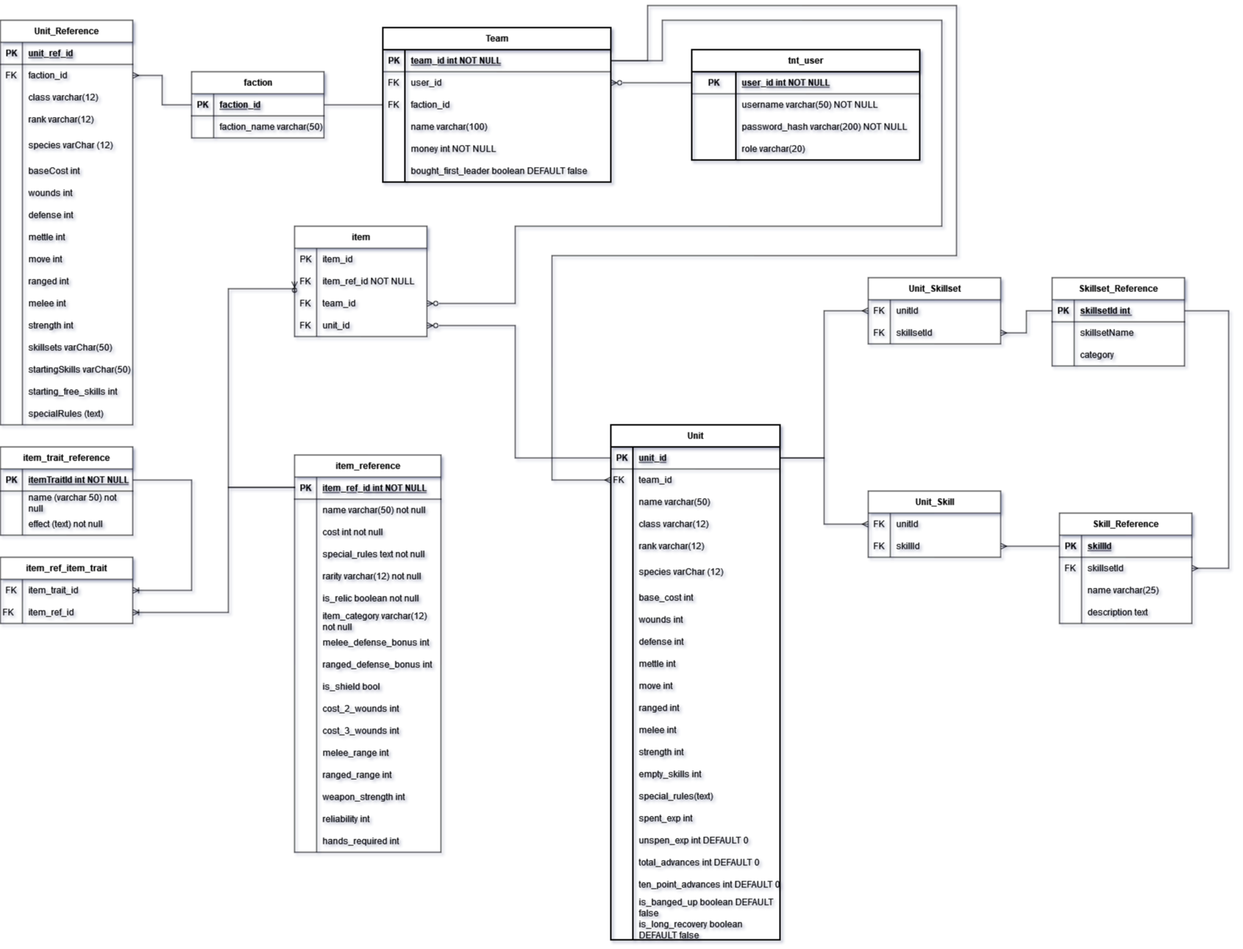
Earlier version of the draw.io export Database/databaseERD.png (kmeadows3/TnT-Team-Builder). Source tidied: cells renumbered, new cells last; positions are measured from the earlier drawing's top-left corner, leaving out a move shared by most shapes.
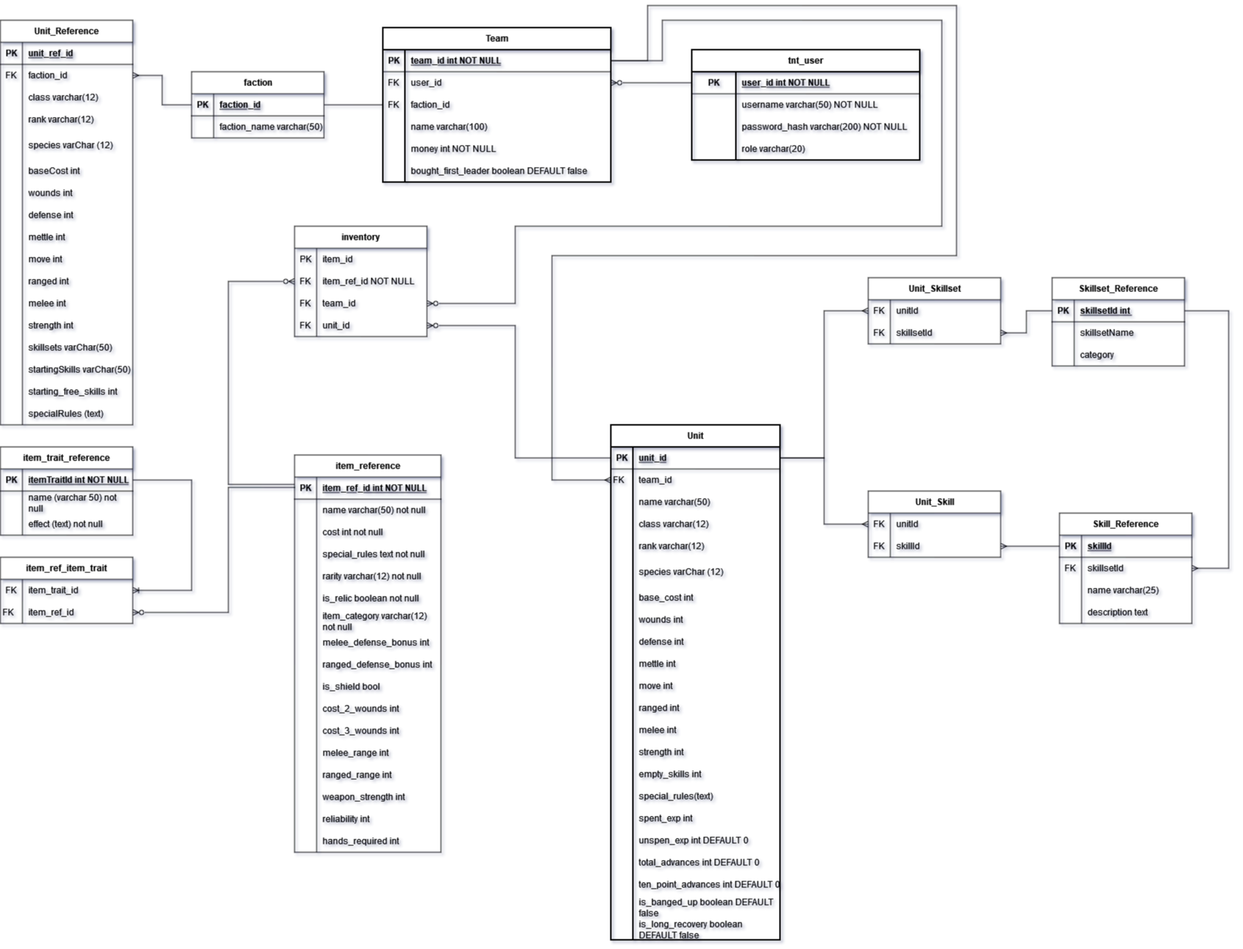
After the commit.

What changed in the source:
```diff
@@ -313,7 +313,7 @@
         </Array>
       </mxGeometry>
     </mxCell>
-    <mxCell id="104" style="edgeStyle=orthogonalEdgeStyle;rounded=0;jettySize=auto;html=1;exitX=0;exitY=0.5;exitDx=0;exitDy=0;entryX=1;entryY=0.5;entryDx=0;entryDy=0;endArrow=ERoneToMany;endFill=0;" parent="1" edge="1" source="35" target="100">
+    <mxCell id="104" style="edgeStyle=orthogonalEdgeStyle;rounded=0;jettySize=auto;html=1;exitX=0;exitY=0.5;exitDx=0;exitDy=0;entryX=1;entryY=0.5;entryDx=0;entryDy=0;endArrow=ERzeroToMany;endFill=0;" parent="1" edge="1" source="35" target="100">
       <mxGeometry relative="1" as="geometry">
         <Array as="points">
           <mxPoint x="310" y="655" />
@@ -534,7 +534,7 @@
         </Array>
       </mxGeometry>
     </mxCell>
-    <mxCell id="173" value="item" style="shape=table;startSize=30;rowLines=0;fontStyle=1;align=center;html=1;" parent="1" vertex="1">
+    <mxCell id="173" value="inventory" style="shape=table;startSize=30;rowLines=0;fontStyle=1;align=center;html=1;" parent="1" vertex="1">
       <mxGeometry x="400" y="300" width="180" height="150" as="geometry" />
     </mxCell>
     <mxCell id="174" style="shape=tableRow;horizontal=0;startSize=0;swimlaneHead=0;swimlaneBody=0;fillColor=none;top=0;left=0;right=0;bottom=0;" parent="173" vertex="1">
@@ -573,11 +573,12 @@
     <mxCell id="185" value="unit_id" style="shape=partialRectangle;fillColor=none;top=0;left=0;bottom=0;right=0;align=left;spacingLeft=6;overflow=hidden;whiteSpace=wrap;html=1;" parent="183" vertex="1">
       <mxGeometry x="30" width="150" height="30" as="geometry" />
     </mxCell>
-    <mxCell id="186" style="edgeStyle=orthogonalEdgeStyle;rounded=0;jettySize=auto;html=1;exitX=0;exitY=0.5;exitDx=0;exitDy=0;entryX=0;entryY=0.5;entryDx=0;entryDy=0;endArrow=ERzeroToMany;endFill=0;" parent="1" edge="1" source="35" target="177">
+    <mxCell id="186" style="edgeStyle=orthogonalEdgeStyle;rounded=0;jettySize=auto;html=1;entryX=0;entryY=0.5;entryDx=0;entryDy=0;endArrow=ERzeroToMany;endFill=0;" parent="1" edge="1" target="177">
       <mxGeometry relative="1" as="geometry">
+        <mxPoint x="400" y="651" as="sourcePoint" />
         <Array as="points">
-          <mxPoint x="310" y="655" />
-          <mxPoint x="310" y="385" />
+          <mxPoint x="310" y="651" />
+          <mxPoint x="310" y="375" />
         </Array>
       </mxGeometry>
     </mxCell>
```
